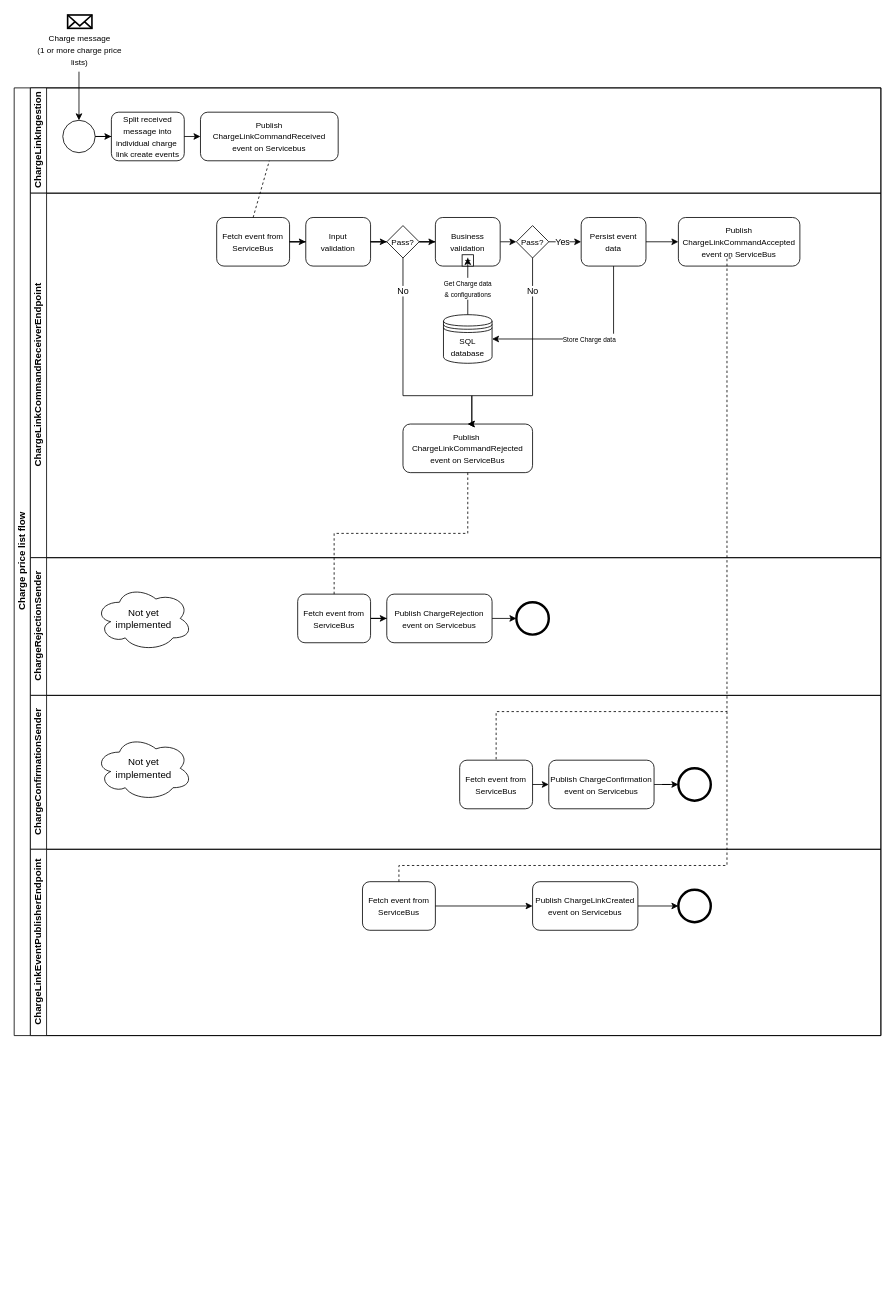
This is docs/process-flows/images/CreateChargeListProcessFlow.drawio from Energinet-DataHub/ARCHIVED-geh-charges, a draw.io file, before an edit. Source tidied: cells renumbered, new cells numbered last; positions are measured from the earlier drawing's top-left corner, leaving out a move shared by most shapes. Both pictures are drawn from the tidied source at 81%, with x=0, y=0 at pixel (14, 15).
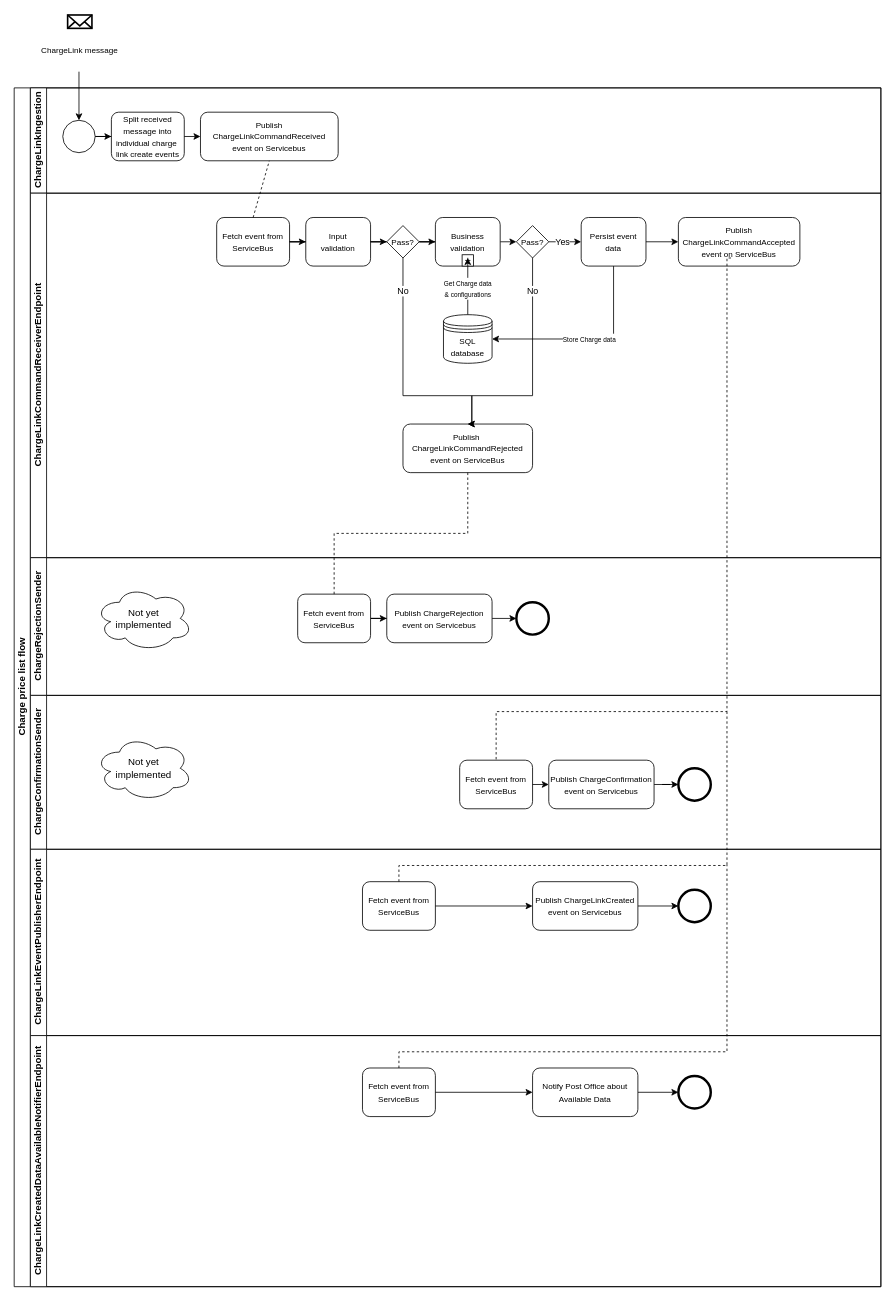
The same page after the edit.

Commit message (it also covers changes not shown here):
Add PostOffice in process flow

Diff of the diagram source:
```diff
@@
     <mxCell id="2" value="Charge price list flow" style="swimlane;html=1;horizontal=0;startSize=20;rounded=0;" parent="1" vertex="1">
-      <mxGeometry y="90" width="1070" height="1170" as="geometry" />
+      <mxGeometry y="90" width="1070" height="1480" as="geometry" />
     </mxCell>
@@
+    <mxCell id="59" value="ChargeLinkCreatedDataAvailableNotifierEndpoint" style="swimlane;html=1;startSize=20;horizontal=0;" parent="2" vertex="1">
+      <mxGeometry x="20" y="1170" width="1050" height="310" as="geometry" />
+    </mxCell>
+    <mxCell id="60" style="shape=mxgraph.bpmn.shape;html=1;verticalLabelPosition=bottom;labelBackgroundColor=#ffffff;verticalAlign=top;align=center;perimeter=ellipsePerimeter;outlineConnect=0;outline=end;symbol=general;strokeColor=#000000;" parent="59" vertex="1">
+      <mxGeometry x="800" y="50" width="40" height="40" as="geometry" />
+    </mxCell>
+    <mxCell id="61" style="edgeStyle=orthogonalEdgeStyle;rounded=0;jettySize=auto;html=1;exitX=1;exitY=0.5;exitDx=0;exitDy=0;" parent="59" edge="1" source="62" target="60">
+      <mxGeometry relative="1" as="geometry" />
+    </mxCell>
+    <mxCell id="62" value="&lt;font style=&quot;font-size: 10px&quot;&gt;Notify Post Office about Available Data&lt;br&gt;&lt;/font&gt;" style="rounded=1;whiteSpace=wrap;html=1;fontFamily=Helvetica;fontSize=12;fontColor=#000000;align=center;" parent="59" vertex="1">
+      <mxGeometry x="620" y="40" width="130" height="60" as="geometry" />
+    </mxCell>
+    <mxCell id="63" value="&lt;font style=&quot;font-size: 10px&quot;&gt;Fetch event from ServiceBus&lt;/font&gt;" style="rounded=1;whiteSpace=wrap;html=1;fontFamily=Helvetica;fontSize=12;fontColor=#000000;align=center;" parent="59" vertex="1">
+      <mxGeometry x="410" y="40" width="90" height="60" as="geometry" />
+    </mxCell>
+    <mxCell id="64" style="edgeStyle=orthogonalEdgeStyle;rounded=0;jettySize=auto;html=1;exitX=1;exitY=0.5;exitDx=0;exitDy=0;entryX=0;entryY=0.5;entryDx=0;entryDy=0;" parent="59" edge="1" source="63" target="62">
+      <mxGeometry relative="1" as="geometry" />
+    </mxCell>
@@
-    <mxCell id="56" value="&lt;font style=&quot;font-size: 10px&quot;&gt;Charge message&lt;br&gt;(1 or more charge price lists)&lt;/font&gt;" style="text;html=1;strokeColor=none;fillColor=none;align=center;verticalAlign=middle;whiteSpace=wrap;rounded=0;" parent="1" vertex="1">
+    <mxCell id="56" value="&lt;font style=&quot;font-size: 10px&quot;&gt;ChargeLink message&lt;br&gt;&lt;/font&gt;" style="text;html=1;strokeColor=none;fillColor=none;align=center;verticalAlign=middle;whiteSpace=wrap;rounded=0;" parent="1" vertex="1">
       <mxGeometry x="26" y="32.5" width="110" height="20" as="geometry" />
     </mxCell>
@@
+    <mxCell id="65" style="endArrow=none;dashed=1;html=1;rounded=0;edgeStyle=orthogonalEdgeStyle;exitX=0.5;exitY=0;exitDx=0;exitDy=0;" parent="1" edge="1" source="63">
+      <mxGeometry relative="1" as="geometry">
+        <mxPoint x="880" y="1049" as="targetPoint" />
+        <Array as="points">
+          <mxPoint x="880" y="1280" />
+        </Array>
+      </mxGeometry>
+    </mxCell>
```
